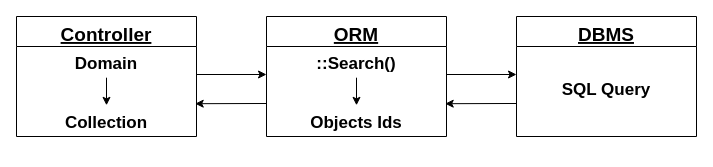
Above: docs/assets/img/searching.drawio in equalframework/equal-doc (draw.io), before the change. Source tidied: cells renumbered, new cells numbered last; positions are measured from the earlier drawing's top-left corner, leaving out a move shared by most shapes. Both pictures are drawn from the tidied source at 100%, with x=0, y=0 at pixel (16, 16).
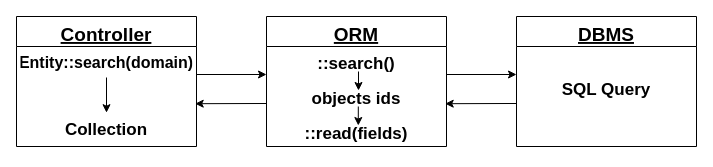
The same diagram, later.

Diff of the diagram source:
```diff
@@
     <mxCell id="2" style="group;" parent="1" vertex="1">
-      <mxGeometry width="180" height="120" as="geometry" />
+      <mxGeometry width="180" height="130" as="geometry" />
     </mxCell>
     <mxCell id="3" style="group;" parent="2" vertex="1">
-      <mxGeometry width="180" height="120" as="geometry" />
+      <mxGeometry width="180" height="130" as="geometry" />
     </mxCell>
     <mxCell id="4" value="Controller" style="swimlane;fontStyle=5;align=center;verticalAlign=top;horizontal=1;startSize=30;rounded=0;shadow=0;strokeWidth=1;fontSize=19;" parent="3" vertex="1">
-      <mxGeometry width="180" height="120" as="geometry" />
+      <mxGeometry width="180" height="130" as="geometry" />
     </mxCell>
-    <mxCell id="5" value="Domain" style="text;align=center;verticalAlign=top;spacingLeft=4;spacingRight=4;overflow=hidden;points=[[0,0.5],[1,0.5]];portConstraint=eastwest;fontStyle=1;fontSize=17;" parent="4" vertex="1">
-      <mxGeometry y="30" width="180" height="31.2" as="geometry" />
+    <mxCell id="5" value="Entity::search(domain)" style="text;align=center;verticalAlign=top;spacingLeft=4;spacingRight=4;overflow=hidden;points=[[0,0.5],[1,0.5]];portConstraint=eastwest;fontStyle=1;fontSize=16;" parent="4" vertex="1">
+      <mxGeometry y="30" width="180" height="31" as="geometry" />
     </mxCell>
     <mxCell id="6" value="Collection" style="text;align=center;verticalAlign=top;spacingLeft=4;spacingRight=4;overflow=hidden;points=[[0,0.5],[1,0.5]];portConstraint=eastwest;rounded=0;shadow=0;html=0;fontStyle=1;fontSize=17;" parent="3" vertex="1">
-      <mxGeometry y="88.8" width="180" height="31.2" as="geometry" />
+      <mxGeometry y="96.2" width="180" height="33.8" as="geometry" />
     </mxCell>
@@
-    <mxCell id="8" style="group;" parent="1" vertex="1">
-      <mxGeometry x="250" width="180" height="120" as="geometry" />
-    </mxCell>
-    <mxCell id="9" value="ORM" style="swimlane;fontStyle=5;align=center;verticalAlign=top;horizontal=1;startSize=30;rounded=0;shadow=0;strokeWidth=1;fontSize=19;" parent="8" vertex="1">
-      <mxGeometry width="180" height="120" as="geometry" />
-    </mxCell>
-    <mxCell id="10" value="::Search()" style="text;align=center;verticalAlign=top;spacingLeft=4;spacingRight=4;overflow=hidden;points=[[0,0.5],[1,0.5]];portConstraint=eastwest;fontStyle=1;fontSize=17;" parent="9" vertex="1">
-      <mxGeometry y="30" width="180" height="31.2" as="geometry" />
-    </mxCell>
-    <mxCell id="11" value="Objects Ids" style="text;align=center;verticalAlign=top;spacingLeft=4;spacingRight=4;overflow=hidden;points=[[0,0.5],[1,0.5]];portConstraint=eastwest;rounded=0;shadow=0;html=0;fontStyle=1;fontSize=17;" parent="8" vertex="1">
-      <mxGeometry y="88.8" width="180" height="31.2" as="geometry" />
-    </mxCell>
-    <mxCell id="12" style="endArrow=classic;html=1;rounded=0;" parent="8" edge="1" source="10" target="11">
-      <mxGeometry relative="1" as="geometry" />
-    </mxCell>
     <mxCell id="13" style="group;" parent="1" vertex="1">
-      <mxGeometry x="500" width="180" height="120" as="geometry" />
+      <mxGeometry x="500" width="180" height="130" as="geometry" />
     </mxCell>
     <mxCell id="14" style="group;" parent="13" vertex="1">
-      <mxGeometry width="180" height="120" as="geometry" />
+      <mxGeometry width="180" height="130" as="geometry" />
     </mxCell>
     <mxCell id="15" value="DBMS" style="swimlane;fontStyle=5;align=center;verticalAlign=top;horizontal=1;startSize=30;rounded=0;shadow=0;strokeWidth=1;fontSize=19;" parent="14" vertex="1">
-      <mxGeometry width="180" height="120" as="geometry" />
+      <mxGeometry width="180" height="130" as="geometry" />
     </mxCell>
@@
+    <mxCell id="21" value="::read(fields)" style="text;align=center;verticalAlign=top;spacingLeft=4;spacingRight=4;overflow=hidden;fontStyle=1;fontSize=17;" parent="1" vertex="1">
+      <mxGeometry x="250" y="100" width="180" height="34.2" as="geometry" />
+    </mxCell>
+    <mxCell id="9" value="ORM" style="swimlane;fontStyle=5;align=center;verticalAlign=top;horizontal=1;startSize=30;rounded=0;shadow=0;strokeWidth=1;fontSize=19;" parent="1" vertex="1">
+      <mxGeometry x="250" width="180" height="130" as="geometry" />
+    </mxCell>
+    <mxCell id="10" value="::search()" style="text;align=center;verticalAlign=top;spacingLeft=4;spacingRight=4;overflow=hidden;points=[[0,0.5],[1,0.5]];portConstraint=eastwest;fontStyle=1;fontSize=17;" parent="9" vertex="1">
+      <mxGeometry y="30" width="180" height="21.2" as="geometry" />
+    </mxCell>
+    <mxCell id="12" style="endArrow=classic;html=1;rounded=0;" parent="1" edge="1">
+      <mxGeometry relative="1" as="geometry">
+        <mxPoint x="342" y="55" as="sourcePoint" />
+        <mxPoint x="342" y="74" as="targetPoint" />
+      </mxGeometry>
+    </mxCell>
+    <mxCell id="22" style="endArrow=classic;html=1;rounded=0;" parent="1" edge="1">
+      <mxGeometry relative="1" as="geometry">
+        <mxPoint x="341.8" y="90" as="sourcePoint" />
+        <mxPoint x="341.8" y="109" as="targetPoint" />
+      </mxGeometry>
+    </mxCell>
+    <mxCell id="11" value="objects ids" style="text;align=center;verticalAlign=top;spacingLeft=4;spacingRight=4;overflow=hidden;points=[[0,0.5],[1,0.5]];portConstraint=eastwest;rounded=0;shadow=0;html=0;fontStyle=1;fontSize=17;" parent="1" vertex="1">
+      <mxGeometry x="250" y="65" width="180" height="31.2" as="geometry" />
+    </mxCell>
```
